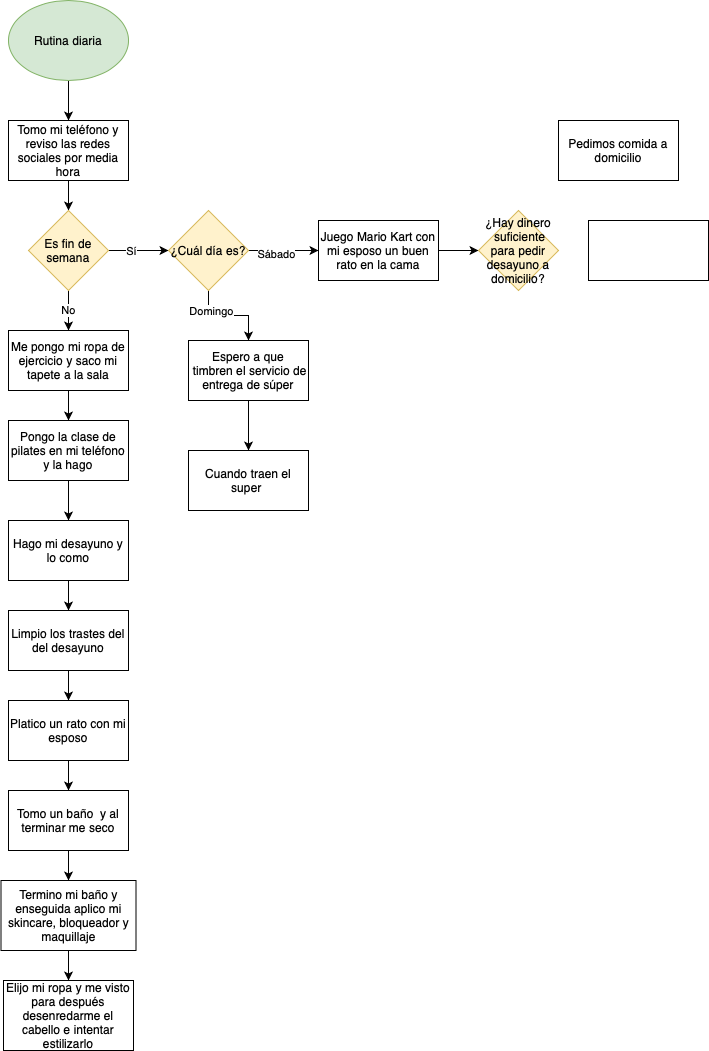
Above: Rutina diaria.png in missphoneme/ejercicios-kodemia (draw.io), before the change. Source tidied: cells renumbered, new cells last; positions are measured from the earlier drawing's top-left corner, leaving out a move shared by most shapes.
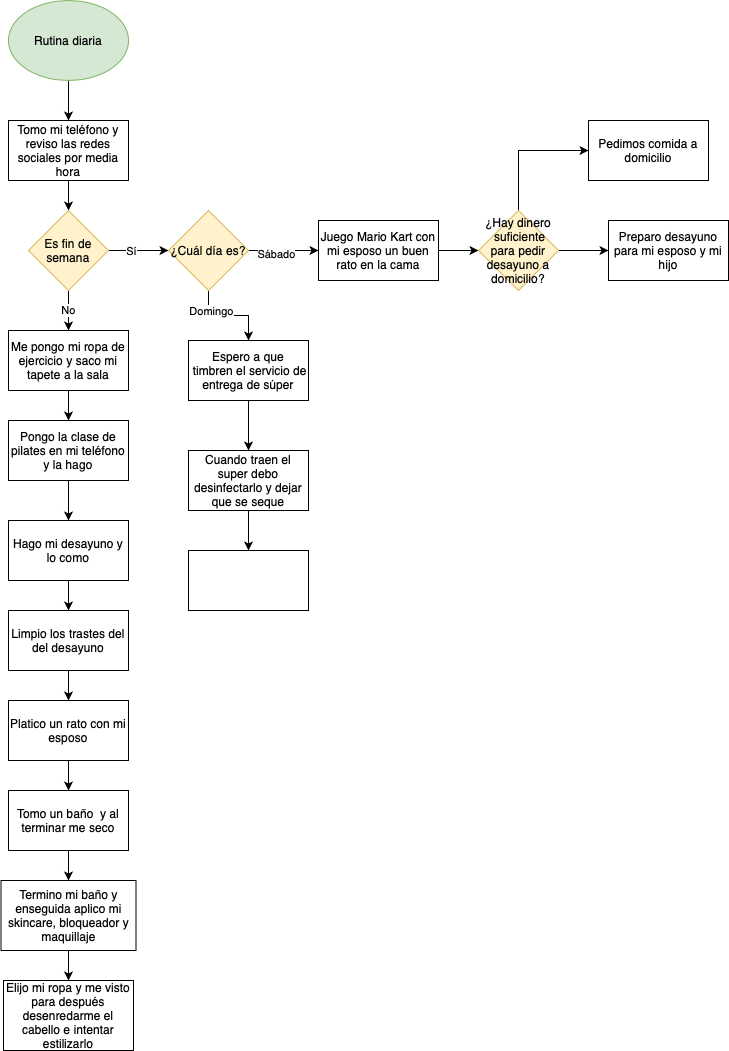
The same file after the commit.

The edit, as a diff of the source:
```diff
@@ -95,20 +95,36 @@
     <mxCell id="32" value="Termino mi baño y enseguida aplico mi skincare, bloqueador y maquillaje" style="rounded=0;whiteSpace=wrap;html=1;" parent="1" vertex="1">
       <mxGeometry x="0.5" y="880" width="135" height="70" as="geometry" />
     </mxCell>
+    <mxCell id="38" style="edgeStyle=orthogonalEdgeStyle;rounded=0;jettySize=auto;html=1;" parent="1" edge="1" source="33" target="41">
+      <mxGeometry relative="1" as="geometry" />
+    </mxCell>
-    <mxCell id="33" value="Cuando traen el super&amp;nbsp;" style="rounded=0;whiteSpace=wrap;html=1;" parent="1" vertex="1">
+    <mxCell id="33" value="Cuando traen el super debo desinfectarlo y dejar que se seque" style="rounded=0;whiteSpace=wrap;html=1;" parent="1" vertex="1">
       <mxGeometry x="188" y="450" width="120" height="60" as="geometry" />
     </mxCell>
     <mxCell id="34" value="Elijo mi ropa y me visto para después desenredarme el cabello e intentar estilizarlo" style="rounded=0;whiteSpace=wrap;html=1;" parent="1" vertex="1">
       <mxGeometry x="3" y="980" width="130" height="70" as="geometry" />
     </mxCell>
+    <mxCell id="39" style="edgeStyle=orthogonalEdgeStyle;rounded=0;jettySize=auto;html=1;entryX=0;entryY=0.5;entryDx=0;entryDy=0;" parent="1" edge="1" source="35" target="37">
+      <mxGeometry relative="1" as="geometry" />
+    </mxCell>
+    <mxCell id="40" style="edgeStyle=orthogonalEdgeStyle;rounded=0;jettySize=auto;html=1;entryX=0;entryY=0.5;entryDx=0;entryDy=0;" parent="1" edge="1" source="35" target="36">
+      <mxGeometry relative="1" as="geometry">
+        <Array as="points">
+          <mxPoint x="518" y="150" />
+        </Array>
+      </mxGeometry>
+    </mxCell>
     <mxCell id="35" value="¿Hay dinero &amp;nbsp;suficiente para pedir desayuno a domicilio?" style="rhombus;whiteSpace=wrap;html=1;fillColor=#fff2cc;strokeColor=#d6b656;" parent="1" vertex="1">
       <mxGeometry x="478" y="210" width="80" height="80" as="geometry" />
     </mxCell>
     <mxCell id="36" value="Pedimos comida a domicilio" style="rounded=0;whiteSpace=wrap;html=1;" parent="1" vertex="1">
-      <mxGeometry x="558" y="120" width="120" height="60" as="geometry" />
+      <mxGeometry x="588" y="120" width="120" height="60" as="geometry" />
     </mxCell>
-    <mxCell id="37" style="rounded=0;whiteSpace=wrap;html=1;" parent="1" vertex="1">
-      <mxGeometry x="588" y="220" width="120" height="60" as="geometry" />
+    <mxCell id="37" value="Preparo desayuno para mi esposo y mi hijo" style="rounded=0;whiteSpace=wrap;html=1;" parent="1" vertex="1">
+      <mxGeometry x="608" y="220" width="120" height="60" as="geometry" />
     </mxCell>
+    <mxCell id="41" style="whiteSpace=wrap;html=1;rounded=0;" parent="1" vertex="1">
+      <mxGeometry x="188" y="550" width="120" height="60" as="geometry" />
+    </mxCell>
   </root>
 </mxGraphModel>
```
